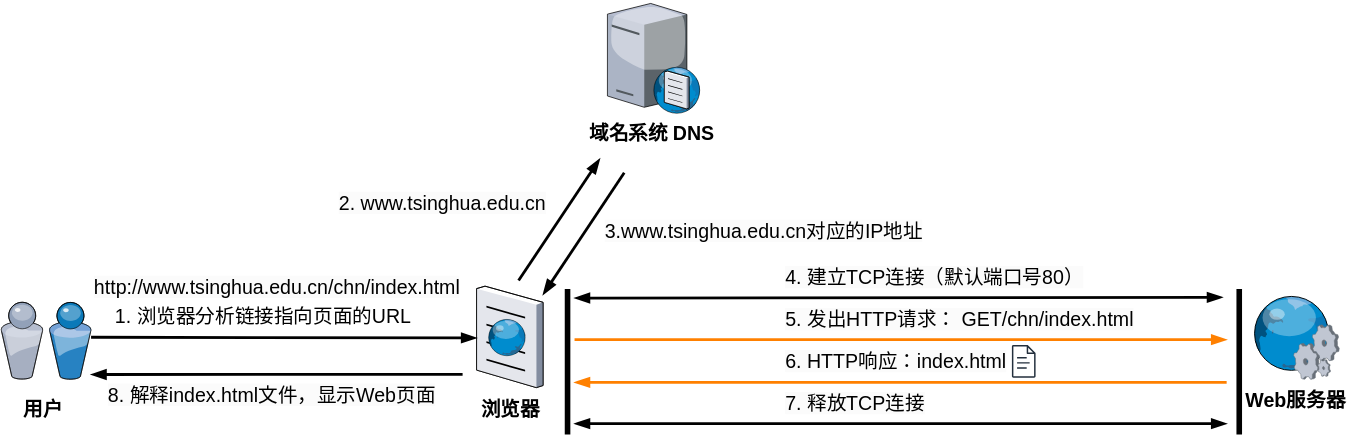
Before: pictures/计算机网络-访问网站的事件流程.drawio.svg, a diagram exported from draw.io (creatern/NoteBook). Source tidied: cells renumbered, new cells last; positions are measured from the earlier drawing's top-left corner, leaving out a move shared by most shapes.
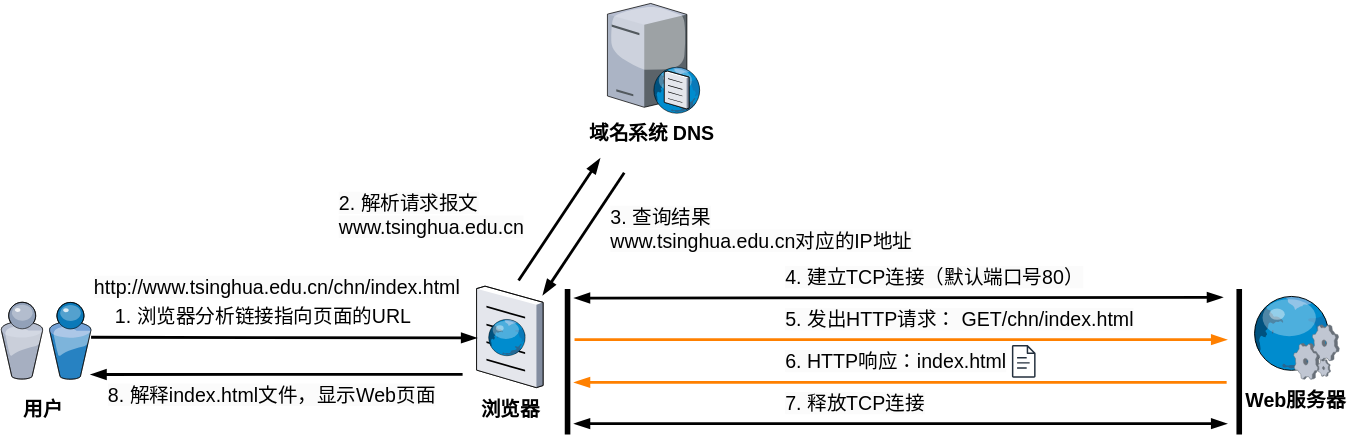
The same diagram one commit later.

What changed in the source:
```diff
@@ -26,7 +26,7 @@
     <mxCell id="9" value="&lt;span style=&quot;color: rgb(0, 0, 0); font-family: Helvetica; font-size: 14px; font-style: normal; font-variant-ligatures: normal; font-variant-caps: normal; font-weight: 400; letter-spacing: normal; orphans: 2; text-align: left; text-indent: 0px; text-transform: none; widows: 2; word-spacing: 0px; -webkit-text-stroke-width: 0px; background-color: rgb(251, 251, 251); text-decoration-thickness: initial; text-decoration-style: initial; text-decoration-color: initial; float: none; display: inline !important;&quot;&gt;http://www.tsinghua.edu.cn/chn/index.html&lt;/span&gt;" style="text;whiteSpace=wrap;html=1;fontSize=11;fontFamily=Helvetica;fontColor=default;" parent="1" vertex="1">
       <mxGeometry x="64.5" y="190" width="290" height="40" as="geometry" />
     </mxCell>
-    <mxCell id="10" value="&lt;span style=&quot;color: rgb(0, 0, 0); font-family: Helvetica; font-size: 14px; font-style: normal; font-variant-ligatures: normal; font-variant-caps: normal; font-weight: 400; letter-spacing: normal; orphans: 2; text-align: left; text-indent: 0px; text-transform: none; widows: 2; word-spacing: 0px; -webkit-text-stroke-width: 0px; background-color: rgb(251, 251, 251); text-decoration-thickness: initial; text-decoration-style: initial; text-decoration-color: initial; float: none; display: inline !important;&quot;&gt;2. www.tsinghua.edu.cn&lt;/span&gt;" style="text;whiteSpace=wrap;html=1;fontSize=11;fontFamily=Helvetica;fontColor=default;" parent="1" vertex="1">
+    <mxCell id="10" value="&lt;span style=&quot;color: rgb(0, 0, 0); font-family: Helvetica; font-size: 14px; font-style: normal; font-variant-ligatures: normal; font-variant-caps: normal; font-weight: 400; letter-spacing: normal; orphans: 2; text-align: left; text-indent: 0px; text-transform: none; widows: 2; word-spacing: 0px; -webkit-text-stroke-width: 0px; background-color: rgb(251, 251, 251); text-decoration-thickness: initial; text-decoration-style: initial; text-decoration-color: initial; float: none; display: inline !important;&quot;&gt;2. 解析请求报文&lt;br&gt;www.tsinghua.edu.cn&lt;/span&gt;" style="text;whiteSpace=wrap;html=1;fontSize=11;fontFamily=Helvetica;fontColor=default;" parent="1" vertex="1">
       <mxGeometry x="240" y="130" width="160" height="30" as="geometry" />
     </mxCell>
     <mxCell id="11" style="endArrow=blockThin;html=1;rounded=0;labelBackgroundColor=default;strokeColor=default;strokeWidth=2;fontFamily=Helvetica;fontSize=11;fontColor=default;shape=connector;entryX=0.164;entryY=1.086;entryDx=0;entryDy=0;entryPerimeter=0;endFill=1;" parent="1" edge="1" target="8">
@@ -40,8 +40,8 @@
         <mxPoint x="445.5" y="123" as="targetPoint" />
       </mxGeometry>
     </mxCell>
-    <mxCell id="13" value="&lt;span style=&quot;color: rgb(0, 0, 0); font-family: Helvetica; font-size: 14px; font-style: normal; font-variant-ligatures: normal; font-variant-caps: normal; font-weight: 400; letter-spacing: normal; orphans: 2; text-align: left; text-indent: 0px; text-transform: none; widows: 2; word-spacing: 0px; -webkit-text-stroke-width: 0px; background-color: rgb(251, 251, 251); text-decoration-thickness: initial; text-decoration-style: initial; text-decoration-color: initial; float: none; display: inline !important;&quot;&gt;3.www.tsinghua.edu.cn对应的IP地址&lt;/span&gt;" style="text;whiteSpace=wrap;html=1;fontSize=11;fontFamily=Helvetica;fontColor=default;" parent="1" vertex="1">
-      <mxGeometry x="430" y="150" width="230" height="30" as="geometry" />
+    <mxCell id="13" value="&lt;span style=&quot;color: rgb(0, 0, 0); font-family: Helvetica; font-size: 14px; font-style: normal; font-variant-ligatures: normal; font-variant-caps: normal; font-weight: 400; letter-spacing: normal; orphans: 2; text-align: left; text-indent: 0px; text-transform: none; widows: 2; word-spacing: 0px; -webkit-text-stroke-width: 0px; background-color: rgb(251, 251, 251); text-decoration-thickness: initial; text-decoration-style: initial; text-decoration-color: initial; float: none; display: inline !important;&quot;&gt;3. 查询结果&lt;br&gt;www.tsinghua.edu.cn对应的IP地址&lt;/span&gt;" style="text;whiteSpace=wrap;html=1;fontSize=11;fontFamily=Helvetica;fontColor=default;" parent="1" vertex="1">
+      <mxGeometry x="433.5" y="140" width="230" height="40" as="geometry" />
     </mxCell>
     <mxCell id="14" style="endArrow=blockThin;html=1;rounded=0;labelBackgroundColor=default;strokeColor=default;strokeWidth=2;fontFamily=Helvetica;fontSize=11;fontColor=default;shape=connector;startArrow=blockThin;startFill=1;endFill=1;" parent="1" edge="1">
       <mxGeometry relative="1" as="geometry">
```
